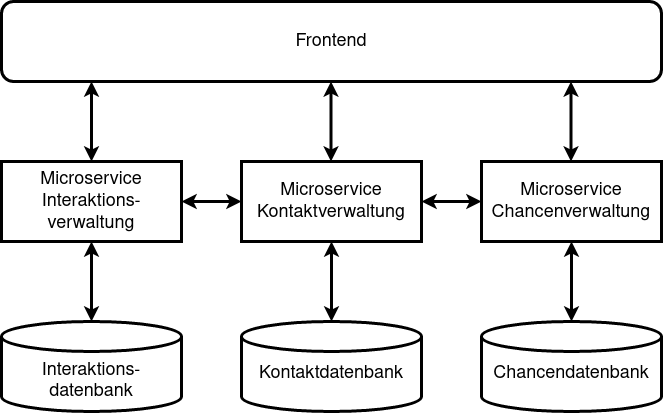
Earlier version of the draw.io export thesis/figures/CRMEntwurf.png (Simon-Hi5/bachelor-thesis). Source tidied: cells renumbered, new cells last; positions are measured from the earlier drawing's top-left corner, leaving out a move shared by most shapes. Its diagram source:
```xml
<mxGraphModel>
  <root>
    <mxCell id="0" />
    <mxCell id="1" parent="0" />
    <mxCell id="2" value="&lt;div&gt;&lt;font style=&quot;font-size: 12px&quot;&gt;&lt;br&gt;&lt;/font&gt;&lt;/div&gt;&lt;div&gt;&lt;font style=&quot;font-size: 12px&quot;&gt;&lt;br&gt;&lt;/font&gt;&lt;/div&gt;&lt;div&gt;&lt;font style=&quot;font-size: 18px&quot;&gt;Interaktions-datenbank&lt;/font&gt;&lt;/div&gt;" style="strokeWidth=3;html=1;shape=mxgraph.flowchart.database;whiteSpace=wrap;" parent="1" vertex="1">
      <mxGeometry y="320" width="180" height="90" as="geometry" />
    </mxCell>
    <mxCell id="3" value="&lt;div style=&quot;font-size: 18px&quot;&gt;&lt;font style=&quot;font-size: 18px&quot;&gt;Microservice&lt;/font&gt;&lt;/div&gt;&lt;div style=&quot;font-size: 18px&quot;&gt;&lt;font style=&quot;font-size: 18px&quot;&gt;Interaktions-verwaltung&lt;br&gt;&lt;/font&gt;&lt;/div&gt;" style="rounded=0;whiteSpace=wrap;html=1;strokeWidth=3;" parent="1" vertex="1">
      <mxGeometry y="160" width="180" height="80" as="geometry" />
    </mxCell>
    <mxCell id="4" value="Frontend" style="rounded=1;whiteSpace=wrap;html=1;fontSize=18;strokeWidth=3;" parent="1" vertex="1">
      <mxGeometry width="660" height="80" as="geometry" />
    </mxCell>
    <mxCell id="5" style="endArrow=classic;startArrow=classic;html=1;rounded=0;fontSize=18;strokeWidth=3;entryX=0.5;entryY=0;entryDx=0;entryDy=0;" parent="1" edge="1" target="3">
      <mxGeometry relative="1" as="geometry">
        <mxPoint x="90" y="80" as="sourcePoint" />
      </mxGeometry>
    </mxCell>
    <mxCell id="6" style="endArrow=classic;startArrow=classic;html=1;rounded=0;fontSize=18;entryX=0.5;entryY=1;entryDx=0;entryDy=0;strokeWidth=3;" parent="1" edge="1" source="2" target="3">
      <mxGeometry relative="1" as="geometry" />
    </mxCell>
    <mxCell id="7" value="&lt;div&gt;&lt;font style=&quot;font-size: 12px&quot;&gt;&lt;br&gt;&lt;/font&gt;&lt;/div&gt;&lt;div&gt;&lt;font style=&quot;font-size: 18px&quot;&gt;Kontaktdatenbank&lt;/font&gt;&lt;/div&gt;" style="strokeWidth=3;html=1;shape=mxgraph.flowchart.database;whiteSpace=wrap;" parent="1" vertex="1">
      <mxGeometry x="240" y="320" width="180" height="90" as="geometry" />
    </mxCell>
    <mxCell id="8" value="&lt;font style=&quot;font-size: 18px&quot;&gt;Microservice&lt;/font&gt;&lt;br&gt;&lt;font style=&quot;font-size: 18px&quot;&gt;Kontaktverwaltung&lt;/font&gt;" style="rounded=0;whiteSpace=wrap;html=1;strokeWidth=3;" parent="1" vertex="1">
      <mxGeometry x="240" y="160" width="180" height="80" as="geometry" />
    </mxCell>
    <mxCell id="9" style="endArrow=classic;startArrow=classic;html=1;rounded=0;fontSize=18;entryX=0.5;entryY=1;entryDx=0;entryDy=0;strokeWidth=3;" parent="1" edge="1" source="7" target="8">
      <mxGeometry relative="1" as="geometry" />
    </mxCell>
    <mxCell id="10" value="&lt;br&gt;&lt;div&gt;&lt;font style=&quot;font-size: 18px&quot;&gt;Chancendatenbank&lt;/font&gt;&lt;/div&gt;" style="strokeWidth=3;html=1;shape=mxgraph.flowchart.database;whiteSpace=wrap;" parent="1" vertex="1">
      <mxGeometry x="480" y="320" width="180" height="90" as="geometry" />
    </mxCell>
    <mxCell id="11" value="&lt;div style=&quot;font-size: 18px&quot;&gt;&lt;font style=&quot;font-size: 18px&quot;&gt;Microservice&lt;/font&gt;&lt;/div&gt;&lt;div style=&quot;font-size: 18px&quot;&gt;&lt;font style=&quot;font-size: 18px&quot;&gt;Chancenverwaltung&lt;br&gt;&lt;/font&gt;&lt;/div&gt;" style="rounded=0;whiteSpace=wrap;html=1;strokeWidth=3;" parent="1" vertex="1">
      <mxGeometry x="480" y="160" width="180" height="80" as="geometry" />
    </mxCell>
    <mxCell id="12" style="endArrow=classic;startArrow=classic;html=1;rounded=0;fontSize=18;entryX=0.5;entryY=1;entryDx=0;entryDy=0;strokeWidth=3;" parent="1" edge="1" source="10" target="11">
      <mxGeometry relative="1" as="geometry" />
    </mxCell>
    <mxCell id="13" style="endArrow=classic;startArrow=classic;html=1;rounded=0;fontSize=18;strokeWidth=3;entryX=0.5;entryY=0;entryDx=0;entryDy=0;" parent="1" edge="1">
      <mxGeometry relative="1" as="geometry">
        <mxPoint x="329.5" y="80" as="sourcePoint" />
        <mxPoint x="329.5" y="160" as="targetPoint" />
      </mxGeometry>
    </mxCell>
    <mxCell id="14" style="endArrow=classic;startArrow=classic;html=1;rounded=0;fontSize=18;strokeWidth=3;entryX=0.5;entryY=0;entryDx=0;entryDy=0;" parent="1" edge="1">
      <mxGeometry relative="1" as="geometry">
        <mxPoint x="569.5" y="80" as="sourcePoint" />
        <mxPoint x="569.5" y="160" as="targetPoint" />
      </mxGeometry>
    </mxCell>
    <mxCell id="15" style="endArrow=classic;startArrow=classic;html=1;rounded=0;fontSize=18;strokeWidth=3;entryX=1;entryY=0.5;entryDx=0;entryDy=0;exitX=0;exitY=0.5;exitDx=0;exitDy=0;" parent="1" edge="1" source="8" target="3">
      <mxGeometry relative="1" as="geometry" />
    </mxCell>
    <mxCell id="16" style="endArrow=classic;startArrow=classic;html=1;rounded=0;fontSize=18;strokeWidth=3;entryX=1;entryY=0.5;entryDx=0;entryDy=0;exitX=0;exitY=0.5;exitDx=0;exitDy=0;" parent="1" edge="1" source="11" target="8">
      <mxGeometry relative="1" as="geometry" />
    </mxCell>
  </root>
</mxGraphModel>
```
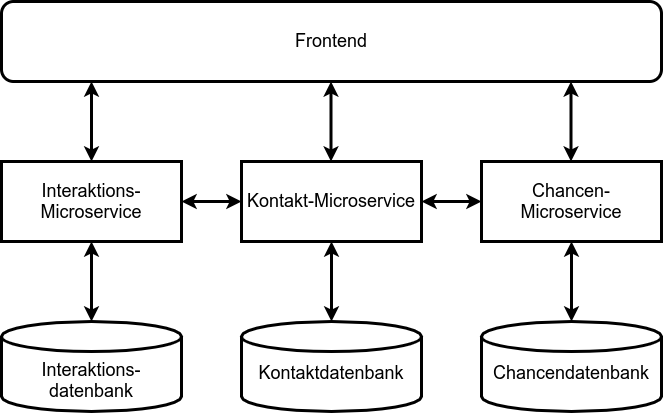
Above is the later version.

Change to the diagram source:
```diff
@@ -5,7 +5,7 @@
     <mxCell id="2" value="&lt;div&gt;&lt;font style=&quot;font-size: 12px&quot;&gt;&lt;br&gt;&lt;/font&gt;&lt;/div&gt;&lt;div&gt;&lt;font style=&quot;font-size: 12px&quot;&gt;&lt;br&gt;&lt;/font&gt;&lt;/div&gt;&lt;div&gt;&lt;font style=&quot;font-size: 18px&quot;&gt;Interaktions-datenbank&lt;/font&gt;&lt;/div&gt;" style="strokeWidth=3;html=1;shape=mxgraph.flowchart.database;whiteSpace=wrap;" parent="1" vertex="1">
       <mxGeometry y="320" width="180" height="90" as="geometry" />
     </mxCell>
-    <mxCell id="3" value="&lt;div style=&quot;font-size: 18px&quot;&gt;&lt;font style=&quot;font-size: 18px&quot;&gt;Microservice&lt;/font&gt;&lt;/div&gt;&lt;div style=&quot;font-size: 18px&quot;&gt;&lt;font style=&quot;font-size: 18px&quot;&gt;Interaktions-verwaltung&lt;br&gt;&lt;/font&gt;&lt;/div&gt;" style="rounded=0;whiteSpace=wrap;html=1;strokeWidth=3;" parent="1" vertex="1">
+    <mxCell id="3" value="&lt;div style=&quot;font-size: 18px&quot;&gt;Interaktions-Microservice&lt;/div&gt;" style="rounded=0;whiteSpace=wrap;html=1;strokeWidth=3;" parent="1" vertex="1">
       <mxGeometry y="160" width="180" height="80" as="geometry" />
     </mxCell>
     <mxCell id="4" value="Frontend" style="rounded=1;whiteSpace=wrap;html=1;fontSize=18;strokeWidth=3;" parent="1" vertex="1">
@@ -22,7 +22,7 @@
     <mxCell id="7" value="&lt;div&gt;&lt;font style=&quot;font-size: 12px&quot;&gt;&lt;br&gt;&lt;/font&gt;&lt;/div&gt;&lt;div&gt;&lt;font style=&quot;font-size: 18px&quot;&gt;Kontaktdatenbank&lt;/font&gt;&lt;/div&gt;" style="strokeWidth=3;html=1;shape=mxgraph.flowchart.database;whiteSpace=wrap;" parent="1" vertex="1">
       <mxGeometry x="240" y="320" width="180" height="90" as="geometry" />
     </mxCell>
-    <mxCell id="8" value="&lt;font style=&quot;font-size: 18px&quot;&gt;Microservice&lt;/font&gt;&lt;br&gt;&lt;font style=&quot;font-size: 18px&quot;&gt;Kontaktverwaltung&lt;/font&gt;" style="rounded=0;whiteSpace=wrap;html=1;strokeWidth=3;" parent="1" vertex="1">
+    <mxCell id="8" value="&lt;span style=&quot;font-size: 18px&quot;&gt;Kontakt-Microservice&lt;/span&gt;" style="rounded=0;whiteSpace=wrap;html=1;strokeWidth=3;" parent="1" vertex="1">
       <mxGeometry x="240" y="160" width="180" height="80" as="geometry" />
     </mxCell>
     <mxCell id="9" style="endArrow=classic;startArrow=classic;html=1;rounded=0;fontSize=18;entryX=0.5;entryY=1;entryDx=0;entryDy=0;strokeWidth=3;" parent="1" edge="1" source="7" target="8">
@@ -31,7 +31,7 @@
     <mxCell id="10" value="&lt;br&gt;&lt;div&gt;&lt;font style=&quot;font-size: 18px&quot;&gt;Chancendatenbank&lt;/font&gt;&lt;/div&gt;" style="strokeWidth=3;html=1;shape=mxgraph.flowchart.database;whiteSpace=wrap;" parent="1" vertex="1">
       <mxGeometry x="480" y="320" width="180" height="90" as="geometry" />
     </mxCell>
-    <mxCell id="11" value="&lt;div style=&quot;font-size: 18px&quot;&gt;&lt;font style=&quot;font-size: 18px&quot;&gt;Microservice&lt;/font&gt;&lt;/div&gt;&lt;div style=&quot;font-size: 18px&quot;&gt;&lt;font style=&quot;font-size: 18px&quot;&gt;Chancenverwaltung&lt;br&gt;&lt;/font&gt;&lt;/div&gt;" style="rounded=0;whiteSpace=wrap;html=1;strokeWidth=3;" parent="1" vertex="1">
+    <mxCell id="11" value="&lt;div style=&quot;font-size: 18px&quot;&gt;Chancen-Microservice&lt;/div&gt;" style="rounded=0;whiteSpace=wrap;html=1;strokeWidth=3;" parent="1" vertex="1">
       <mxGeometry x="480" y="160" width="180" height="80" as="geometry" />
     </mxCell>
     <mxCell id="12" style="endArrow=classic;startArrow=classic;html=1;rounded=0;fontSize=18;entryX=0.5;entryY=1;entryDx=0;entryDy=0;strokeWidth=3;" parent="1" edge="1" source="10" target="11">
```
